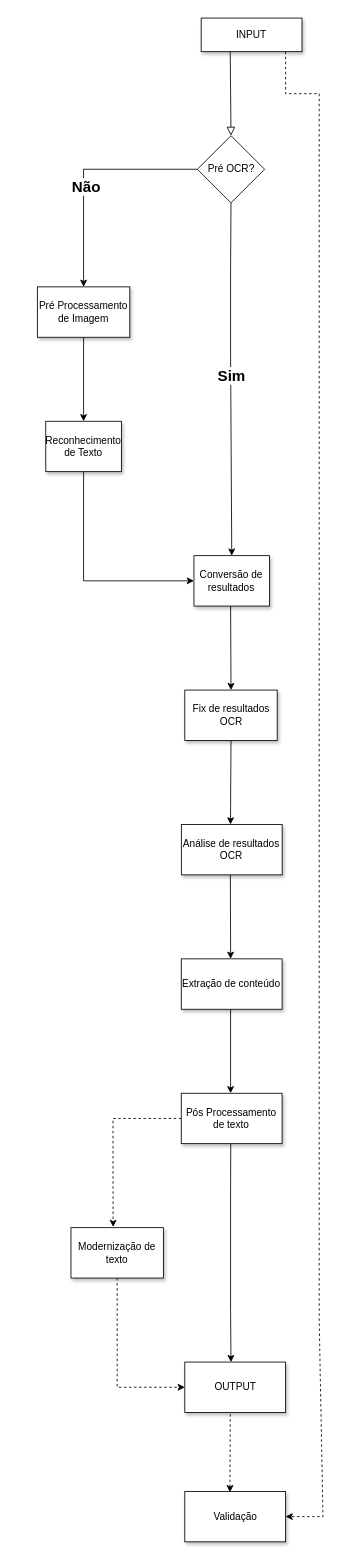
brazafonso/OCR-old_documents keeps this draw.io diagram as docs/OSDOcr/pipeline_geral.drawio. Above is the earlier version. Source tidied: cells renumbered, new cells numbered last; positions are measured from the earlier drawing's top-left corner, leaving out a move shared by most shapes. Both pictures are drawn from the tidied source at 84%, with x=0, y=0 at pixel (37, 18).
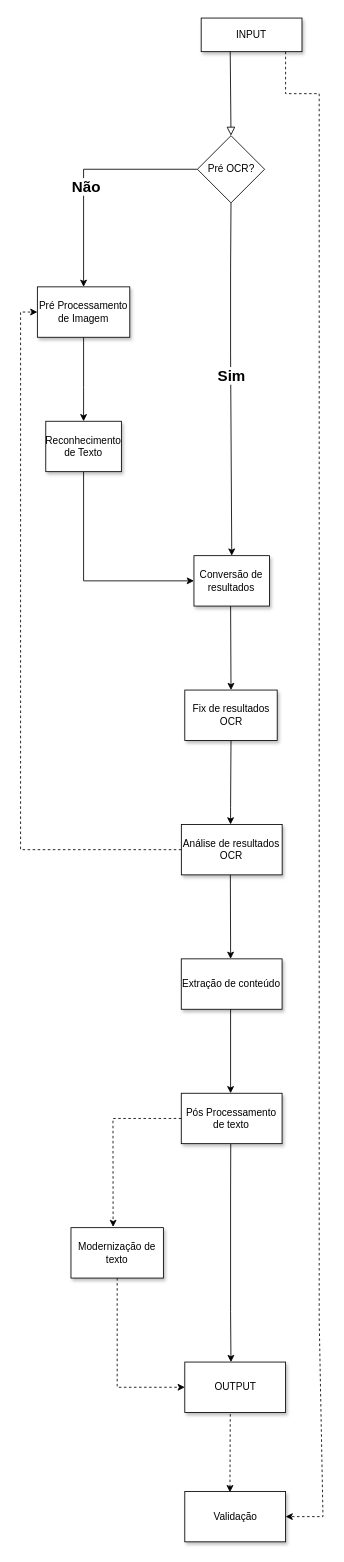
The same page after the edit.

Commit message (it also covers changes not shown here):
update dissertation pdf

The change refers to these unchanged cells:
```xml
<mxCell id="6" value="Pré Processamento&lt;br&gt;de Imagem" style="rounded=0;whiteSpace=wrap;html=1;shadow=1;" parent="1" vertex="1">
  <mxGeometry y="320" width="110" height="60" as="geometry" />
</mxCell>
<mxCell id="12" value="Análise de resultados&lt;br&gt;OCR" style="rounded=0;whiteSpace=wrap;html=1;shadow=1;" parent="1" vertex="1">
  <mxGeometry x="171.4" y="960" width="120" height="60" as="geometry" />
</mxCell>
```

Change to the diagram source:
```diff
@@
+    <mxCell id="30" style="edgeStyle=orthogonalEdgeStyle;rounded=0;jettySize=auto;html=1;entryX=0;entryY=0.5;entryDx=0;entryDy=0;dashed=1;" parent="1" edge="1" source="12" target="6">
+      <mxGeometry relative="1" as="geometry" />
+    </mxCell>
```
